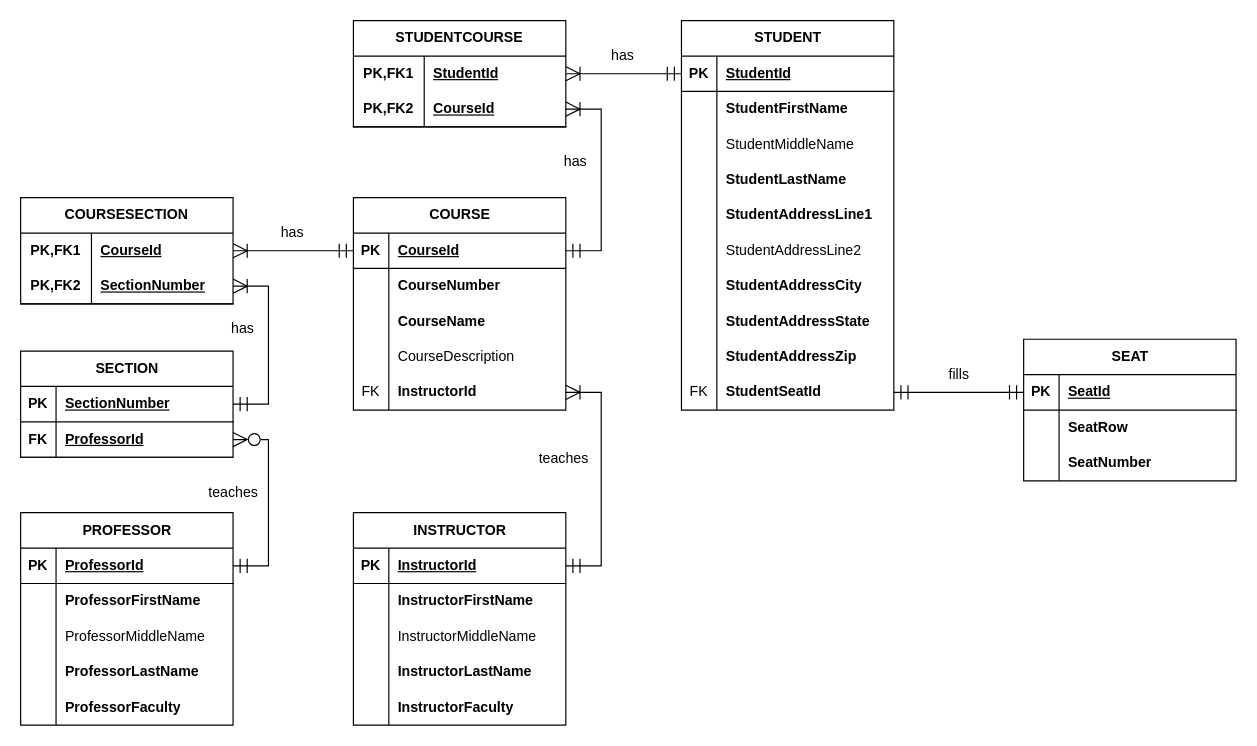
Above: Lab2.drawio in mbonhamluc/luc_comp251_lab2 (draw.io), before the change. Source tidied: cells renumbered, new cells numbered last; positions are measured from the earlier drawing's top-left corner, leaving out a move shared by most shapes. Both pictures are drawn from the tidied source at 118%, with x=0, y=0 at pixel (20, 20).
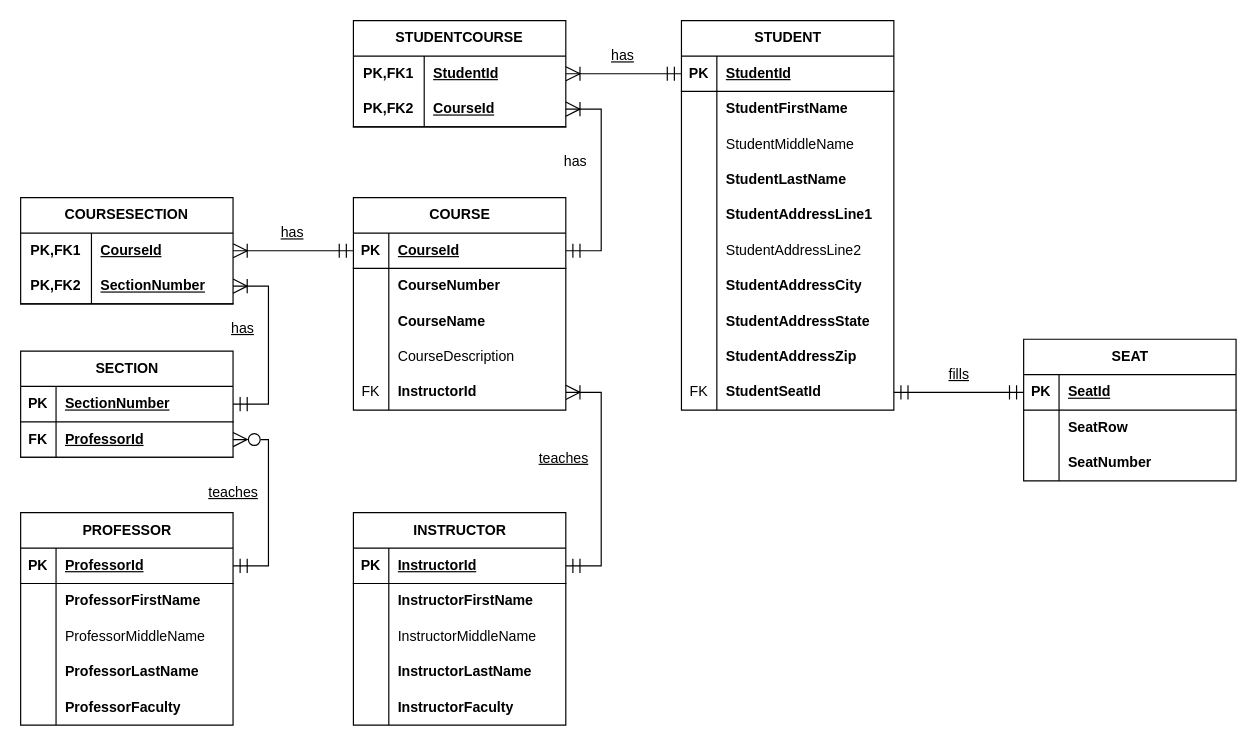
After the change.

Unchanged cells that the change refers to:
```xml
<mxCell id="3" style="shape=tableRow;horizontal=0;startSize=0;swimlaneHead=0;swimlaneBody=0;fillColor=none;points=[[0,0.5],[1,0.5]];portConstraint=eastwest;top=0;left=0;right=0;bottom=1;" parent="2" vertex="1">
  <mxGeometry y="30" width="180" height="30" as="geometry" />
</mxCell>
<mxCell id="30" style="shape=tableRow;horizontal=0;startSize=0;swimlaneHead=0;swimlaneBody=0;fillColor=none;points=[[0,0.5],[1,0.5]];portConstraint=eastwest;top=0;left=0;right=0;bottom=0;" parent="2" vertex="1">
  <mxGeometry y="300" width="180" height="30" as="geometry" />
</mxCell>
<mxCell id="34" style="shape=tableRow;horizontal=0;startSize=0;swimlaneHead=0;swimlaneBody=0;fillColor=none;points=[[0,0.5],[1,0.5]];portConstraint=eastwest;top=0;left=0;right=0;bottom=1;" parent="33" vertex="1">
  <mxGeometry y="30" width="180" height="30" as="geometry" />
</mxCell>
<mxCell id="44" style="shape=tableRow;horizontal=0;startSize=0;swimlaneHead=0;swimlaneBody=0;fillColor=none;points=[[0,0.5],[1,0.5]];portConstraint=eastwest;top=0;left=0;right=0;bottom=1;" parent="43" vertex="1">
  <mxGeometry y="30" width="180" height="30" as="geometry" />
</mxCell>
<mxCell id="56" style="shape=tableRow;horizontal=0;startSize=0;swimlaneHead=0;swimlaneBody=0;fillColor=none;points=[[0,0.5],[1,0.5]];portConstraint=eastwest;top=0;left=0;right=0;bottom=0;" parent="43" vertex="1">
  <mxGeometry y="150" width="180" height="30" as="geometry" />
</mxCell>
<mxCell id="61" style="shape=tableRow;horizontal=0;startSize=0;swimlaneHead=0;swimlaneBody=0;fillColor=none;points=[[0,0.5],[1,0.5]];portConstraint=eastwest;top=0;left=0;right=0;bottom=0;html=1;" parent="60" vertex="1">
  <mxGeometry y="30" width="180" height="30" as="geometry" />
</mxCell>
<mxCell id="70" style="shape=tableRow;horizontal=0;startSize=0;swimlaneHead=0;swimlaneBody=0;fillColor=none;points=[[0,0.5],[1,0.5]];portConstraint=eastwest;top=0;left=0;right=0;bottom=1;" parent="69" vertex="1">
  <mxGeometry y="30" width="180" height="30" as="geometry" />
</mxCell>
<mxCell id="87" style="shape=tableRow;horizontal=0;startSize=0;swimlaneHead=0;swimlaneBody=0;fillColor=none;points=[[0,0.5],[1,0.5]];portConstraint=eastwest;top=0;left=0;right=0;bottom=1;" parent="86" vertex="1">
  <mxGeometry y="30" width="180" height="30" as="geometry" />
</mxCell>
<mxCell id="90" style="shape=tableRow;horizontal=0;startSize=0;swimlaneHead=0;swimlaneBody=0;fillColor=none;points=[[0,0.5],[1,0.5]];portConstraint=eastwest;top=0;left=0;right=0;bottom=1;" parent="86" vertex="1">
  <mxGeometry y="60" width="180" height="30" as="geometry" />
</mxCell>
<mxCell id="94" style="shape=tableRow;horizontal=0;startSize=0;swimlaneHead=0;swimlaneBody=0;fillColor=none;points=[[0,0.5],[1,0.5]];portConstraint=eastwest;top=0;left=0;right=0;bottom=0;html=1;" parent="93" vertex="1">
  <mxGeometry y="30" width="180" height="30" as="geometry" />
</mxCell>
<mxCell id="97" style="shape=tableRow;horizontal=0;startSize=0;swimlaneHead=0;swimlaneBody=0;fillColor=none;points=[[0,0.5],[1,0.5]];portConstraint=eastwest;top=0;left=0;right=0;bottom=1;html=1;" parent="93" vertex="1">
  <mxGeometry y="60" width="180" height="30" as="geometry" />
</mxCell>
<mxCell id="103" style="shape=tableRow;horizontal=0;startSize=0;swimlaneHead=0;swimlaneBody=0;fillColor=none;points=[[0,0.5],[1,0.5]];portConstraint=eastwest;top=0;left=0;right=0;bottom=1;" parent="102" vertex="1">
  <mxGeometry y="30" width="180" height="30" as="geometry" />
</mxCell>
```

Diff of the diagram source:
```diff
@@
-    <mxCell id="59" value="fills" style="edgeStyle=entityRelationEdgeStyle;fontSize=12;html=1;endArrow=ERmandOne;startArrow=ERmandOne;rounded=0;defaultLabelBackgroundColor=page;endSize=10;startSize=10;" parent="1" edge="1" source="30" target="34">
+    <mxCell id="59" value="&lt;u&gt;fills&lt;/u&gt;" style="edgeStyle=entityRelationEdgeStyle;fontSize=12;html=1;endArrow=ERmandOne;startArrow=ERmandOne;rounded=0;defaultLabelBackgroundColor=page;endSize=10;startSize=10;" parent="1" edge="1" source="30" target="34">
       <mxGeometry y="15" relative="1" as="geometry" />
     </mxCell>
@@
-    <mxCell id="67" value="has" style="edgeStyle=entityRelationEdgeStyle;fontSize=12;html=1;endArrow=ERoneToMany;startArrow=ERmandOne;rounded=0;defaultLabelBackgroundColor=page;endSize=10;startSize=10;endFill=0;" parent="1" edge="1" source="3" target="61">
+    <mxCell id="67" value="&lt;u&gt;has&lt;/u&gt;" style="edgeStyle=entityRelationEdgeStyle;fontSize=12;html=1;endArrow=ERoneToMany;startArrow=ERmandOne;rounded=0;defaultLabelBackgroundColor=page;endSize=10;startSize=10;endFill=0;" parent="1" edge="1" source="3" target="61">
       <mxGeometry x="0.02" y="-15" relative="1" as="geometry" />
     </mxCell>
@@
-    <mxCell id="85" value="teaches" style="edgeStyle=entityRelationEdgeStyle;fontSize=12;html=1;endArrow=ERmandOne;startArrow=ERoneToMany;rounded=0;defaultLabelBackgroundColor=page;endSize=10;startSize=10;endFill=0;startFill=0;" parent="1" edge="1" source="56" target="70">
+    <mxCell id="85" value="&lt;u&gt;teaches&lt;/u&gt;" style="edgeStyle=entityRelationEdgeStyle;fontSize=12;html=1;endArrow=ERmandOne;startArrow=ERoneToMany;rounded=0;defaultLabelBackgroundColor=page;endSize=10;startSize=10;endFill=0;startFill=0;" parent="1" edge="1" source="56" target="70">
       <mxGeometry x="-0.17" y="-32" relative="1" as="geometry" />
     </mxCell>
@@
-    <mxCell id="100" value="has" style="edgeStyle=entityRelationEdgeStyle;fontSize=12;html=1;endArrow=ERmandOne;startArrow=ERoneToMany;rounded=0;defaultLabelBackgroundColor=page;endSize=10;startSize=10;endFill=0;startFill=0;" parent="1" edge="1" source="94" target="44">
+    <mxCell id="100" value="&lt;u&gt;has&lt;/u&gt;" style="edgeStyle=entityRelationEdgeStyle;fontSize=12;html=1;endArrow=ERmandOne;startArrow=ERoneToMany;rounded=0;defaultLabelBackgroundColor=page;endSize=10;startSize=10;endFill=0;startFill=0;" parent="1" edge="1" source="94" target="44">
       <mxGeometry x="-0.02" y="15" relative="1" as="geometry" />
     </mxCell>
-    <mxCell id="101" value="has" style="edgeStyle=entityRelationEdgeStyle;fontSize=12;html=1;endArrow=ERmandOne;startArrow=ERoneToMany;rounded=0;defaultLabelBackgroundColor=page;endSize=10;startSize=10;endFill=0;startFill=0;" parent="1" edge="1" source="97" target="87">
+    <mxCell id="101" value="&lt;u&gt;has&lt;/u&gt;" style="edgeStyle=entityRelationEdgeStyle;fontSize=12;html=1;endArrow=ERmandOne;startArrow=ERoneToMany;rounded=0;defaultLabelBackgroundColor=page;endSize=10;startSize=10;endFill=0;startFill=0;" parent="1" edge="1" source="97" target="87">
       <mxGeometry x="-0.17" y="-22" relative="1" as="geometry" />
     </mxCell>
@@
-    <mxCell id="118" value="teaches" style="edgeStyle=entityRelationEdgeStyle;fontSize=12;html=1;endArrow=ERmandOne;startArrow=ERzeroToMany;rounded=0;defaultLabelBackgroundColor=page;endSize=10;startSize=10;endFill=0;startFill=0;" parent="1" edge="1" source="90" target="103">
+    <mxCell id="118" value="&lt;u&gt;teaches&lt;/u&gt;" style="edgeStyle=entityRelationEdgeStyle;fontSize=12;html=1;endArrow=ERmandOne;startArrow=ERzeroToMany;rounded=0;defaultLabelBackgroundColor=page;endSize=10;startSize=10;endFill=0;startFill=0;" parent="1" edge="1" source="90" target="103">
       <mxGeometry x="-0.1" y="-30" relative="1" as="geometry" />
     </mxCell>
```
